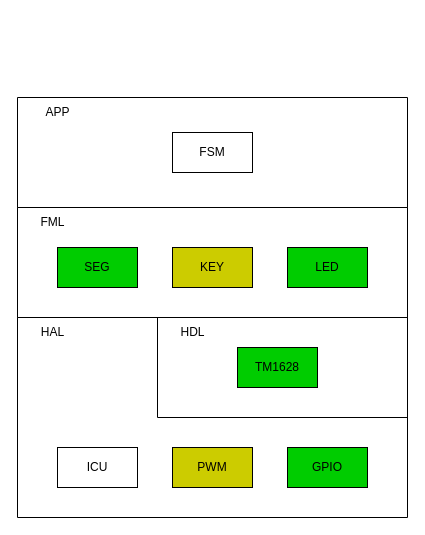
Before: Document/软件架构图.drawio in YukimuraChieri/SN8F5703-Frequency-Meter, a draw.io diagram. Source tidied: cells renumbered, new cells numbered last; positions are measured from the earlier drawing's top-left corner, leaving out a move shared by most shapes. Both pictures are drawn from the tidied source at 100%, with x=0, y=0 at pixel (17, 97).
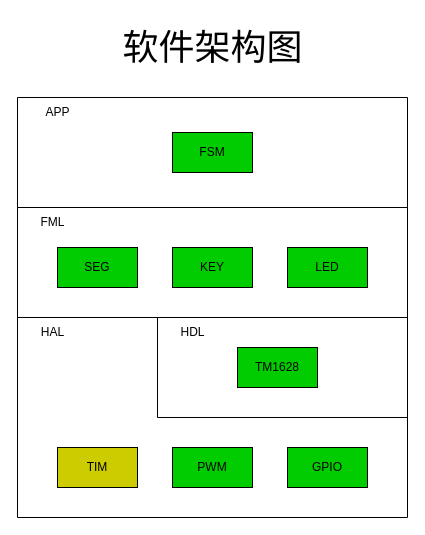
Above is the later version.

Diff of the diagram source:
```diff
@@
 <mxGraphModel>
   <root>
     <mxCell id="0" />
     <mxCell id="1" parent="0" />
     <mxCell id="2" style="swimlane;startSize=0;fillColor=#66B2FF;" parent="1" vertex="1">
       <mxGeometry y="220" width="390" height="200" as="geometry" />
     </mxCell>
     <mxCell id="3" style="swimlane;startSize=0;" parent="2" vertex="1">
       <mxGeometry x="140" width="250" height="100" as="geometry" />
     </mxCell>
     <mxCell id="4" value="HDL" style="text;html=1;align=center;verticalAlign=middle;strokeColor=none;fillColor=none;" parent="3" vertex="1">
       <mxGeometry x="10" width="50" height="30" as="geometry" />
     </mxCell>
     <mxCell id="5" value="TM1628" style="rounded=0;whiteSpace=wrap;html=1;fillColor=#00CC00;" parent="3" vertex="1">
       <mxGeometry x="80" y="30" width="80" height="40" as="geometry" />
     </mxCell>
     <mxCell id="6" value="HAL" style="text;html=1;align=center;verticalAlign=middle;strokeColor=none;fillColor=none;" parent="2" vertex="1">
       <mxGeometry x="10" width="50" height="30" as="geometry" />
     </mxCell>
     <mxCell id="7" value="GPIO" style="rounded=0;whiteSpace=wrap;html=1;fillColor=#00CC00;" parent="2" vertex="1">
       <mxGeometry x="270" y="130" width="80" height="40" as="geometry" />
     </mxCell>
-    <mxCell id="8" value="PWM" style="rounded=0;whiteSpace=wrap;html=1;fillColor=#CCCC00;" parent="2" vertex="1">
+    <mxCell id="8" value="PWM" style="rounded=0;whiteSpace=wrap;html=1;fillColor=#00CC00;" parent="2" vertex="1">
       <mxGeometry x="155" y="130" width="80" height="40" as="geometry" />
     </mxCell>
-    <mxCell id="9" value="ICU" style="rounded=0;whiteSpace=wrap;html=1;" parent="2" vertex="1">
+    <mxCell id="9" value="TIM" style="rounded=0;whiteSpace=wrap;html=1;fillColor=#CCCC00;" parent="2" vertex="1">
       <mxGeometry x="40" y="130" width="80" height="40" as="geometry" />
     </mxCell>
     <mxCell id="10" style="swimlane;startSize=0;" parent="1" vertex="1">
       <mxGeometry y="110" width="390" height="110" as="geometry" />
     </mxCell>
     <mxCell id="11" value="FML" style="text;html=1;align=center;verticalAlign=middle;strokeColor=none;fillColor=none;" parent="10" vertex="1">
       <mxGeometry x="10" width="50" height="30" as="geometry" />
     </mxCell>
     <mxCell id="12" value="SEG" style="rounded=0;whiteSpace=wrap;html=1;fillColor=#00CC00;" parent="10" vertex="1">
       <mxGeometry x="40" y="40" width="80" height="40" as="geometry" />
     </mxCell>
-    <mxCell id="13" value="KEY" style="rounded=0;whiteSpace=wrap;html=1;fillColor=#CCCC00;" parent="10" vertex="1">
+    <mxCell id="13" value="KEY" style="rounded=0;whiteSpace=wrap;html=1;fillColor=#00CC00;" parent="10" vertex="1">
       <mxGeometry x="155" y="40" width="80" height="40" as="geometry" />
     </mxCell>
     <mxCell id="14" value="LED" style="rounded=0;whiteSpace=wrap;html=1;fillColor=#00CC00;" parent="10" vertex="1">
       <mxGeometry x="270" y="40" width="80" height="40" as="geometry" />
     </mxCell>
     <mxCell id="15" style="swimlane;startSize=0;" parent="1" vertex="1">
       <mxGeometry width="390" height="110" as="geometry" />
     </mxCell>
+    <mxCell id="17" value="FSM" style="rounded=0;whiteSpace=wrap;html=1;fillColor=#00CC00;" parent="15" vertex="1">
+      <mxGeometry x="155" y="35" width="80" height="40" as="geometry" />
+    </mxCell>
     <mxCell id="16" value="APP" style="text;html=1;align=center;verticalAlign=middle;strokeColor=none;fillColor=none;" parent="15" vertex="1">
       <mxGeometry x="15" width="50" height="30" as="geometry" />
     </mxCell>
-    <mxCell id="17" value="FSM" style="rounded=0;whiteSpace=wrap;html=1;" parent="15" vertex="1">
-      <mxGeometry x="155" y="35" width="80" height="40" as="geometry" />
-    </mxCell>
+    <mxCell id="18" value="&lt;font style=&quot;font-size: 36px;&quot;&gt;软件架构图&lt;/font&gt;" style="text;html=1;align=center;verticalAlign=middle;strokeColor=none;fillColor=none;" parent="1" vertex="1">
+      <mxGeometry x="95" y="-80" width="200" height="60" as="geometry" />
+    </mxCell>
   </root>
 </mxGraphModel>
```
